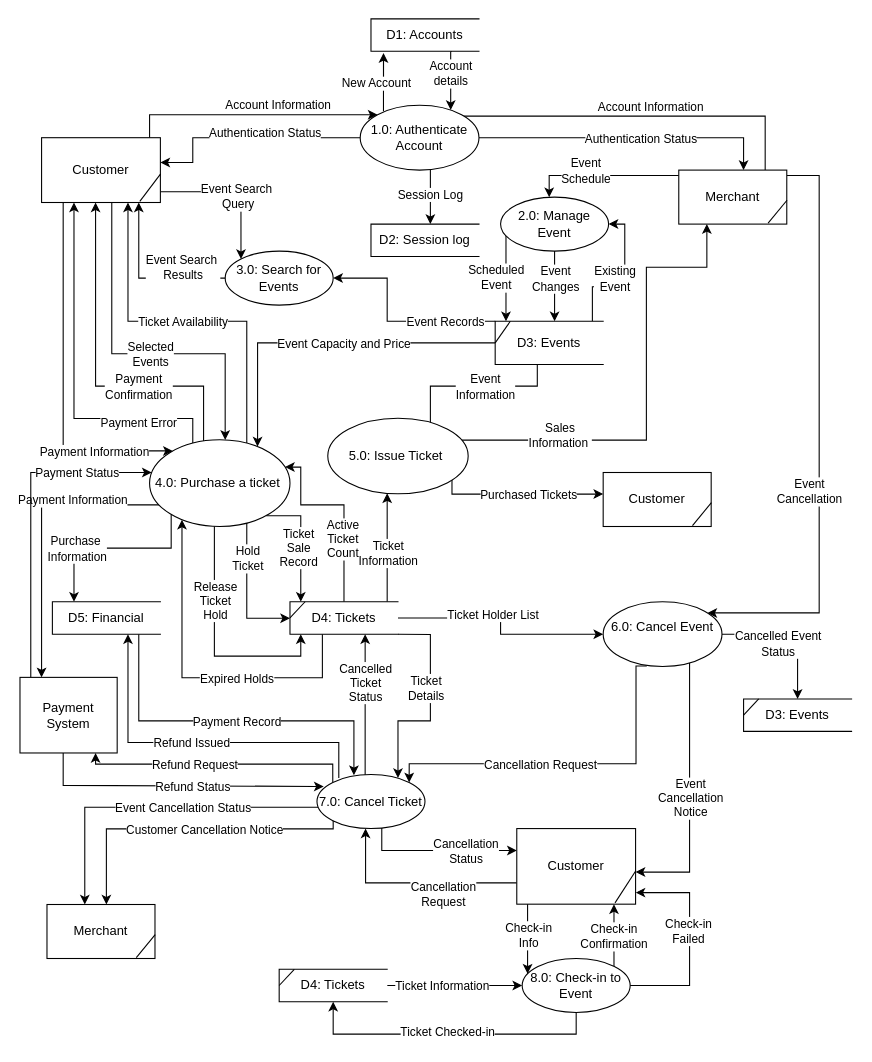
Earlier version of the draw.io diagram page "Level 1 Diagram" (2 of 10) of ITEC 630 DFD Ticket Mangement System .drawio (SteveWChang/UMGC-ITEC--630-Ticketing-System-Modeling-and-Analysis). Source tidied: cells renumbered, new cells numbered last; positions are measured from the earlier drawing's top-left corner, leaving out a move shared by most shapes. Both pictures are drawn from the tidied source at 108%, with x=0, y=0 at pixel (19, 18).
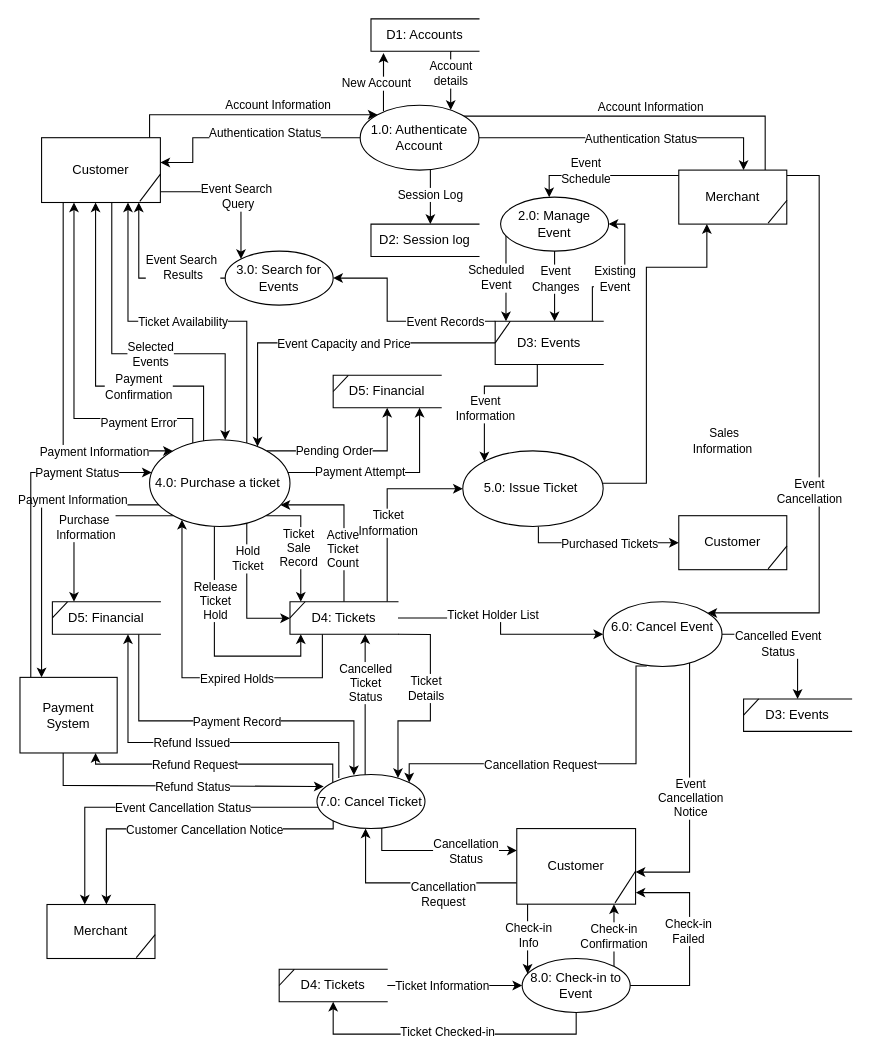
Above is the later version.

The change refers to these unchanged cells:
```xml
<mxCell id="33" value="4.0: Purchase a ticket&amp;nbsp;" style="shape=ellipse;html=1;dashed=0;whiteSpace=wrap;perimeter=ellipsePerimeter;" parent="1" vertex="1">
  <mxGeometry x="120" y="389.7" width="130" height="80.3" as="geometry" />
</mxCell>
<mxCell id="45" value="D5: Financial" style="html=1;dashed=0;whiteSpace=wrap;shape=partialRectangle;right=0;" parent="1" vertex="1">
  <mxGeometry x="30" y="539.7" width="100" height="30" as="geometry" />
</mxCell>
<mxCell id="109" value="Customer" style="html=1;dashed=0;whiteSpace=wrap;" parent="108" vertex="1">
  <mxGeometry width="100" height="50" as="geometry" />
</mxCell>
<mxCell id="118" value="Merchant" style="html=1;dashed=0;whiteSpace=wrap;" parent="117" vertex="1">
  <mxGeometry width="100" height="50" as="geometry" />
</mxCell>
<mxCell id="133" value="D4: Tickets" style="html=1;dashed=0;whiteSpace=wrap;shape=partialRectangle;right=0;" parent="1" vertex="1">
  <mxGeometry x="250" y="539.7" width="100" height="30" as="geometry" />
</mxCell>
<mxCell id="139" value="D3: Events" style="html=1;dashed=0;whiteSpace=wrap;shape=partialRectangle;right=0;" parent="1" vertex="1">
  <mxGeometry x="440" y="280" width="100" height="40" as="geometry" />
</mxCell>
```

What changed in the source:
```diff
@@
-    <mxCell id="13" style="edgeStyle=orthogonalEdgeStyle;rounded=0;jettySize=auto;html=1;entryX=1;entryY=0;entryDx=0;entryDy=0;" parent="1" edge="1" source="139" target="50">
+    <mxCell id="13" style="edgeStyle=orthogonalEdgeStyle;rounded=0;jettySize=auto;html=1;" parent="1" edge="1" source="139" target="50">
       <mxGeometry x="0.03" relative="1" as="geometry">
         <Array as="points">
           <mxPoint x="479" y="340" />
-          <mxPoint x="380" y="340" />
-          <mxPoint x="380" y="420" />
+          <mxPoint x="430" y="340" />
         </Array>
       </mxGeometry>
     </mxCell>
     <mxCell id="14" value="&lt;div&gt;Event&lt;/div&gt;&lt;div&gt;Information&lt;/div&gt;" style="edgeLabel;html=1;align=center;verticalAlign=middle;" parent="13" vertex="1">
       <mxGeometry x="0.03" relative="1" as="geometry">
-        <mxPoint x="50" y="-12" as="offset" />
+        <mxPoint y="18" as="offset" />
       </mxGeometry>
     </mxCell>
@@
     <mxCell id="21" style="edgeStyle=orthogonalEdgeStyle;rounded=0;jettySize=auto;html=1;" parent="1" edge="1" source="33" target="45">
       <mxGeometry x="-0.67" relative="1" as="geometry">
         <Array as="points">
-          <mxPoint x="140" y="490" />
-          <mxPoint x="50" y="490" />
+          <mxPoint x="50" y="460" />
         </Array>
       </mxGeometry>
     </mxCell>
     <mxCell id="22" value="&lt;div&gt;Purchase&amp;nbsp;&lt;/div&gt;&lt;div&gt;Information&lt;/div&gt;" style="edgeLabel;html=1;align=center;verticalAlign=middle;" parent="21" vertex="1">
       <mxGeometry x="-0.44" y="2" relative="1" as="geometry">
-        <mxPoint x="-71" y="-2" as="offset" />
+        <mxPoint x="-34" y="8" as="offset" />
       </mxGeometry>
     </mxCell>
@@
+    <mxCell id="141" style="edgeStyle=orthogonalEdgeStyle;rounded=0;jettySize=auto;html=1;" parent="1" edge="1" source="33" target="146">
+      <mxGeometry relative="1" as="geometry">
+        <Array as="points">
+          <mxPoint x="340" y="400" />
+        </Array>
+      </mxGeometry>
+    </mxCell>
+    <mxCell id="142" value="Pending Order" style="edgeLabel;html=1;align=center;verticalAlign=middle;" parent="141" vertex="1">
+      <mxGeometry x="-0.57" y="1" relative="1" as="geometry">
+        <mxPoint x="29" as="offset" />
+      </mxGeometry>
+    </mxCell>
+    <mxCell id="143" style="edgeStyle=orthogonalEdgeStyle;rounded=0;jettySize=auto;html=1;" parent="1" edge="1" source="33" target="146">
+      <mxGeometry relative="1" as="geometry">
+        <Array as="points">
+          <mxPoint x="370" y="420" />
+        </Array>
+      </mxGeometry>
+    </mxCell>
+    <mxCell id="144" value="Payment Attempt" style="edgeLabel;html=1;align=center;verticalAlign=middle;" parent="143" vertex="1">
+      <mxGeometry x="-0.6" y="1" relative="1" as="geometry">
+        <mxPoint x="30" as="offset" />
+      </mxGeometry>
+    </mxCell>
@@
     <mxCell id="46" style="edgeStyle=orthogonalEdgeStyle;rounded=0;jettySize=auto;html=1;strokeWidth=1;" parent="1" edge="1" source="50" target="109">
       <mxGeometry x="-0.47" relative="1" as="geometry">
         <Array as="points">
-          <mxPoint x="400" y="440" />
+          <mxPoint x="480" y="485" />
         </Array>
       </mxGeometry>
     </mxCell>
@@
     <mxCell id="48" style="edgeStyle=orthogonalEdgeStyle;rounded=0;jettySize=auto;html=1;" parent="1" edge="1" source="50" target="118">
       <mxGeometry x="-0.26" relative="1" as="geometry">
         <Array as="points">
-          <mxPoint x="580" y="390" />
+          <mxPoint x="580" y="430" />
           <mxPoint x="580" y="230" />
           <mxPoint x="636" y="230" />
         </Array>
       </mxGeometry>
     </mxCell>
     <mxCell id="49" value="Sales&lt;div&gt;Information&amp;nbsp;&lt;/div&gt;" style="edgeLabel;html=1;align=center;verticalAlign=middle;" parent="48" vertex="1">
       <mxGeometry x="-0.78" y="1" relative="1" as="geometry">
-        <mxPoint x="44" y="-4" as="offset" />
+        <mxPoint x="75" y="-39" as="offset" />
       </mxGeometry>
     </mxCell>
     <mxCell id="50" value="5.0: Issue Ticket&amp;nbsp;" style="shape=ellipse;html=1;dashed=0;whiteSpace=wrap;perimeter=ellipsePerimeter;" parent="1" vertex="1">
-      <mxGeometry x="285" y="369.7" width="130" height="70" as="geometry" />
+      <mxGeometry x="410" y="400" width="130" height="70" as="geometry" />
     </mxCell>
@@
     <mxCell id="108" style="group;" parent="1" vertex="1">
-      <mxGeometry x="540" y="420" width="100" height="50" as="geometry" />
+      <mxGeometry x="610" y="460" width="100" height="50" as="geometry" />
     </mxCell>
@@
     <mxCell id="129" style="edgeStyle=orthogonalEdgeStyle;rounded=0;jettySize=auto;html=1;" parent="1" edge="1" source="133" target="33">
       <mxGeometry relative="1" as="geometry">
         <Array as="points">
           <mxPoint x="300" y="450" />
-          <mxPoint x="260" y="450" />
-          <mxPoint x="260" y="415" />
         </Array>
       </mxGeometry>
     </mxCell>
@@
+    <mxCell id="145" style="endArrow=none;html=1;rounded=0;exitX=0.14;exitY=-0.001;exitDx=0;exitDy=0;entryX=0;entryY=0.5;entryDx=0;entryDy=0;exitPerimeter=0;" parent="1" edge="1">
+      <mxGeometry relative="1" as="geometry">
+        <mxPoint x="44" y="539.7" as="sourcePoint" />
+        <mxPoint x="30" y="554.7" as="targetPoint" />
+      </mxGeometry>
+    </mxCell>
+    <mxCell id="146" value="D5: Financial" style="html=1;dashed=0;whiteSpace=wrap;shape=partialRectangle;right=0;" parent="1" vertex="1">
+      <mxGeometry x="290" y="330" width="100" height="30" as="geometry" />
+    </mxCell>
+    <mxCell id="147" style="endArrow=none;html=1;rounded=0;exitX=0.14;exitY=-0.001;exitDx=0;exitDy=0;entryX=0;entryY=0.5;entryDx=0;entryDy=0;exitPerimeter=0;" parent="1" edge="1">
+      <mxGeometry relative="1" as="geometry">
+        <mxPoint x="304" y="330" as="sourcePoint" />
+        <mxPoint x="290" y="345" as="targetPoint" />
+      </mxGeometry>
+    </mxCell>
```
